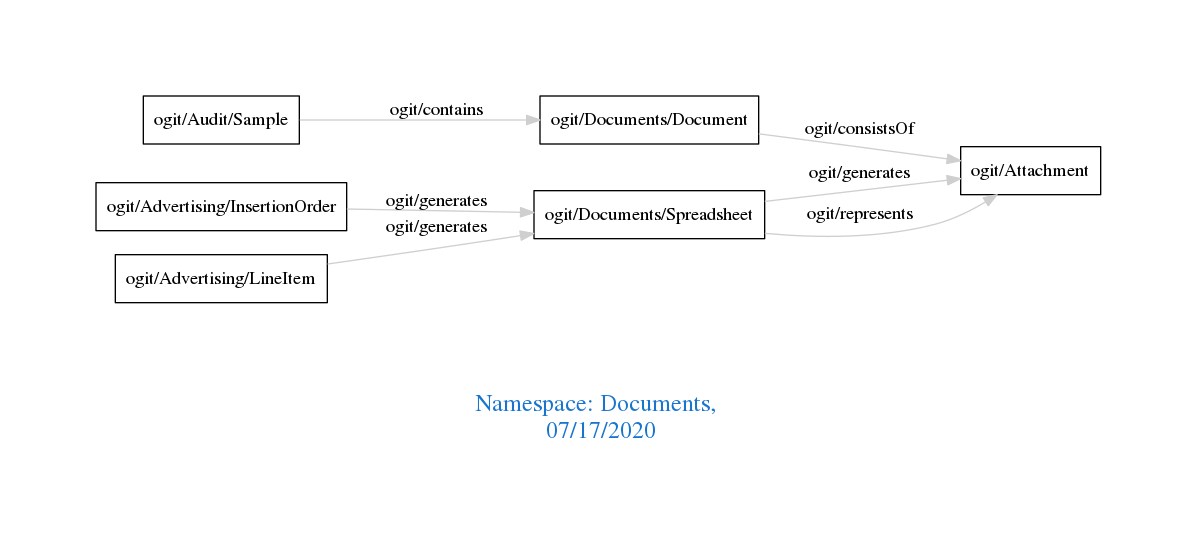
arago/OGIT keeps this Graphviz diagram as downloads/Documents.png. Above is the earlier version. Its source is kept beside it as downloads/Documents.dot.
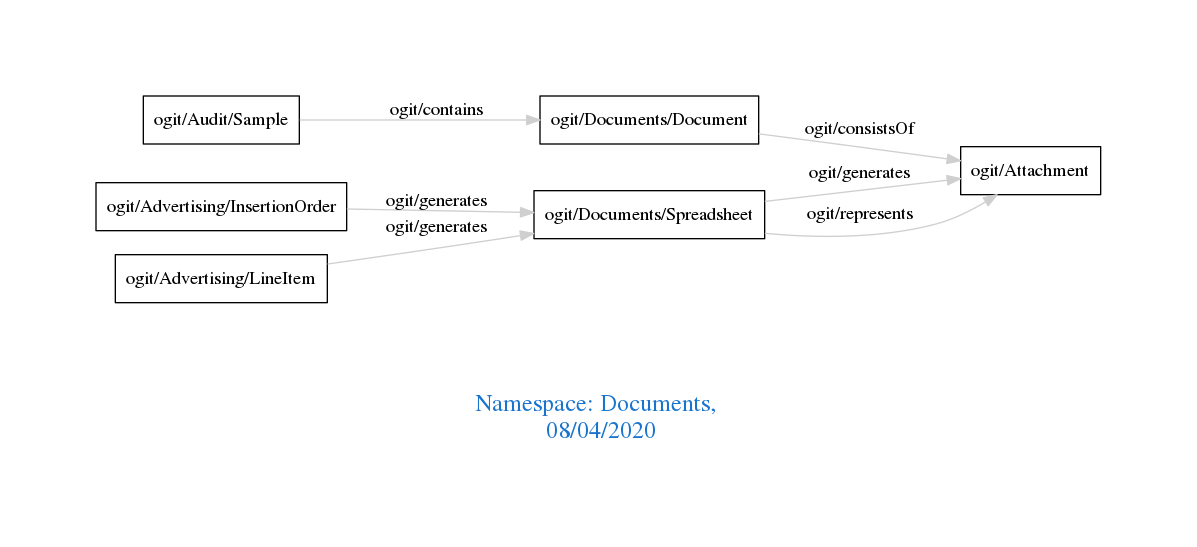
The same file after the commit.

The edit, as a diff of the source:
```diff
@@ -1,7 +1,7 @@
 digraph OGIT_ontology {
  graph [ rankdir= LR,pad=1
 fontsize = 18,
-fontcolor= dodgerblue3,label = "\n\n\nNamespace: Documents, \n 07/17/2020"];
+fontcolor= dodgerblue3,label = "\n\n\nNamespace: Documents, \n 08/04/2020"];
 node[shape=polygon];
 edge [  color="gray81"];
 
```
